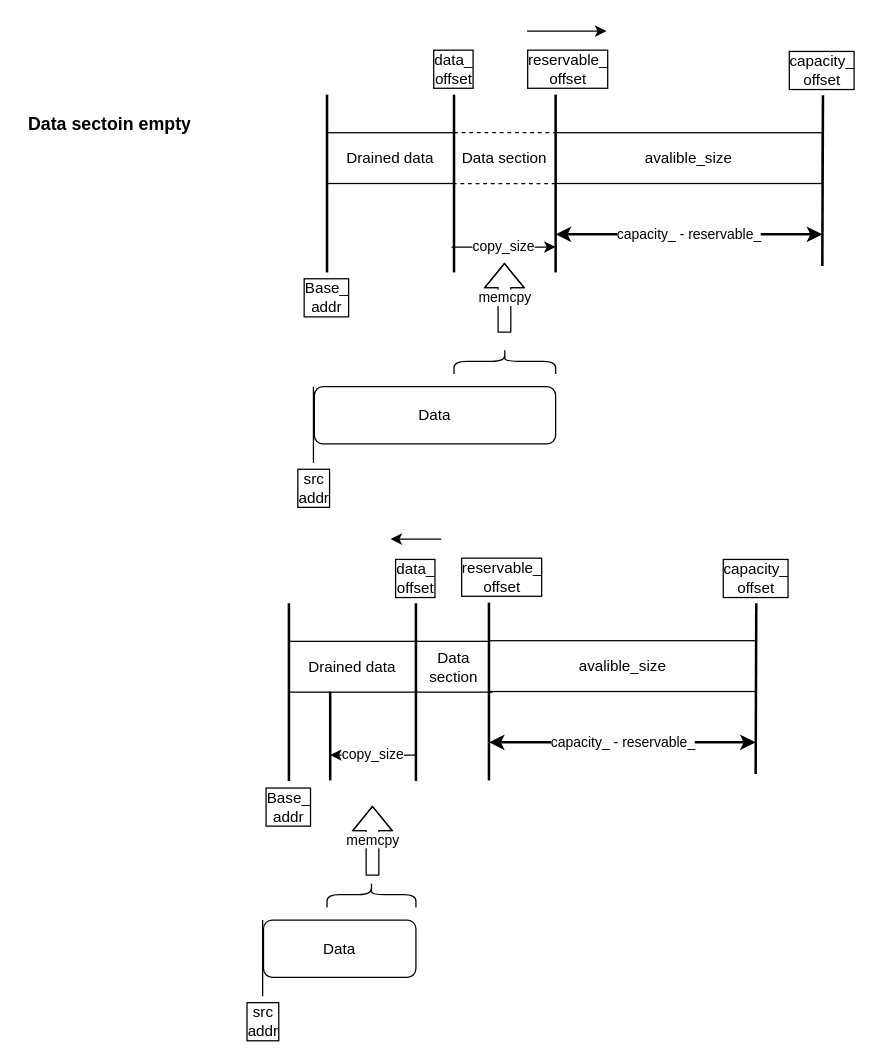
Earlier version of the draw.io diagram page "slice::prepend" (13 of 16) of memcpy_test_arch.drawio (xu1zhou/Documents). Source tidied: cells renumbered, new cells numbered last; positions are measured from the earlier drawing's top-left corner, leaving out a move shared by most shapes. Both pictures are drawn from the tidied source at 127%, with x=0, y=0 at pixel (22, 30).
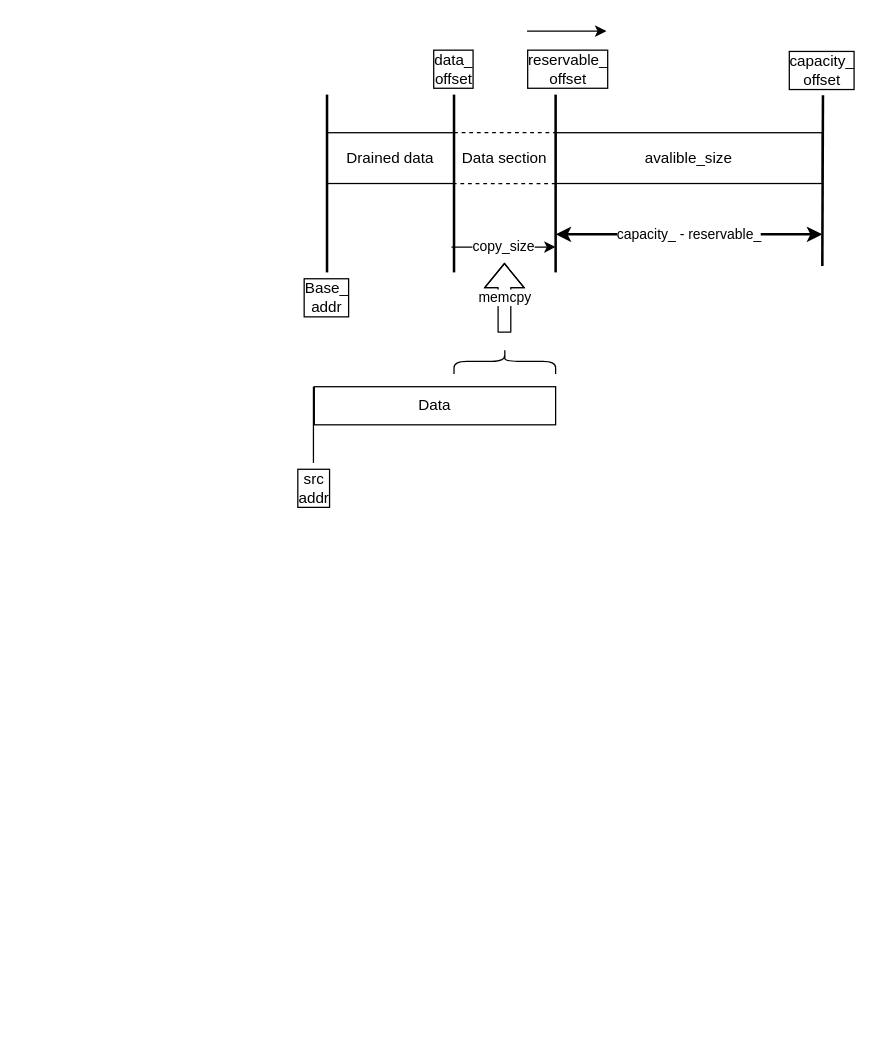
The same diagram, later.

What changed in the source:
```diff
@@
-    <mxCell id="6" value="Data" style="rounded=1;whiteSpace=wrap;html=1;labelBackgroundColor=none;align=center;" parent="1" vertex="1">
-      <mxGeometry x="230" y="280" width="190" height="45" as="geometry" />
+    <mxCell id="6" value="Data" style="rounded=1;whiteSpace=wrap;html=1;labelBackgroundColor=none;align=center;arcSize=0;" parent="1" vertex="1">
+      <mxGeometry x="230" y="280" width="190" height="30" as="geometry" />
     </mxCell>
@@
-    <mxCell id="16" value="&lt;h1&gt;&lt;font style=&quot;font-size: 14px&quot;&gt;Data sectoin empty&lt;/font&gt;&lt;/h1&gt;" style="text;html=1;strokeColor=none;fillColor=none;spacing=5;spacingTop=-20;whiteSpace=wrap;overflow=hidden;rounded=0;dashed=1;labelBackgroundColor=none;" parent="1" vertex="1">
-      <mxGeometry y="50" width="230" height="120" as="geometry" />
-    </mxCell>
-    <mxCell id="17" value="Base_&lt;br&gt;addr" style="text;html=1;strokeColor=none;fillColor=none;align=center;verticalAlign=middle;whiteSpace=wrap;rounded=0;labelBorderColor=#000000;" parent="1" vertex="1">
-      <mxGeometry x="190" y="600.5" width="40" height="20" as="geometry" />
-    </mxCell>
-    <mxCell id="18" value="data_&lt;br&gt;offset" style="text;html=1;strokeColor=none;fillColor=none;align=center;verticalAlign=middle;whiteSpace=wrap;rounded=0;labelBorderColor=#000000;" parent="1" vertex="1">
-      <mxGeometry x="290" y="420.5" width="40" height="20" as="geometry" />
-    </mxCell>
-    <mxCell id="19" value="reservable_&lt;br&gt;offset" style="text;html=1;strokeColor=none;fillColor=none;align=center;verticalAlign=middle;whiteSpace=wrap;rounded=0;labelBackgroundColor=none;labelBorderColor=#000000;" parent="1" vertex="1">
-      <mxGeometry x="357.5" y="420" width="40" height="20" as="geometry" />
-    </mxCell>
-    <mxCell id="20" value="capacity_&lt;br&gt;offset" style="text;html=1;strokeColor=none;fillColor=none;align=center;verticalAlign=middle;whiteSpace=wrap;rounded=0;labelBorderColor=#000000;" parent="1" vertex="1">
-      <mxGeometry x="557.5" y="420.5" width="40" height="20" as="geometry" />
-    </mxCell>
-    <mxCell id="21" value="Data" style="rounded=1;whiteSpace=wrap;html=1;labelBackgroundColor=none;" parent="1" vertex="1">
-      <mxGeometry x="190" y="700" width="120" height="45" as="geometry" />
-    </mxCell>
-    <mxCell id="22" value="Drained data" style="whiteSpace=wrap;html=1;align=center;" parent="1" vertex="1">
-      <mxGeometry x="210" y="480.5" width="100" height="40" as="geometry" />
-    </mxCell>
-    <mxCell id="23" value="Data section" style="whiteSpace=wrap;html=1;align=center;" parent="1" vertex="1">
-      <mxGeometry x="310" y="480.5" width="60" height="40" as="geometry" />
-    </mxCell>
-    <mxCell id="24" value="avalible_size" style="whiteSpace=wrap;html=1;align=center;" parent="1" vertex="1">
-      <mxGeometry x="367.5" y="480" width="210" height="40" as="geometry" />
-    </mxCell>
-    <mxCell id="25" style="endArrow=none;html=1;strokeWidth=2;" parent="1" edge="1">
-      <mxGeometry relative="1" as="geometry">
-        <mxPoint x="210" y="590.5" as="sourcePoint" />
-        <mxPoint x="210" y="450.5" as="targetPoint" />
-      </mxGeometry>
-    </mxCell>
-    <mxCell id="26" style="endArrow=none;html=1;strokeWidth=2;" parent="1" edge="1">
-      <mxGeometry relative="1" as="geometry">
-        <mxPoint x="310" y="590.5" as="sourcePoint" />
-        <mxPoint x="310" y="450.5" as="targetPoint" />
-      </mxGeometry>
-    </mxCell>
-    <mxCell id="27" style="endArrow=none;html=1;strokeWidth=2;" parent="1" edge="1">
-      <mxGeometry relative="1" as="geometry">
-        <mxPoint x="367.5" y="590" as="sourcePoint" />
-        <mxPoint x="367.5" y="450" as="targetPoint" />
-      </mxGeometry>
-    </mxCell>
-    <mxCell id="28" style="endArrow=none;html=1;strokeWidth=2;" parent="1" edge="1">
-      <mxGeometry relative="1" as="geometry">
-        <mxPoint x="577.5" y="585" as="sourcePoint" />
-        <mxPoint x="578" y="450.5" as="targetPoint" />
-      </mxGeometry>
-    </mxCell>
-    <mxCell id="29" value="capacity_ - reservable_" style="endArrow=classic;startArrow=classic;html=1;strokeWidth=2;" parent="1" edge="1">
-      <mxGeometry relative="1" as="geometry">
-        <mxPoint x="367.5" y="560" as="sourcePoint" />
-        <mxPoint x="577.5" y="560" as="targetPoint" />
-      </mxGeometry>
-    </mxCell>
-    <mxCell id="30" value="memcpy" style="shape=flexArrow;endArrow=classic;html=1;" parent="1" edge="1">
-      <mxGeometry relative="1" as="geometry">
-        <mxPoint x="275.8" y="665" as="sourcePoint" />
-        <mxPoint x="275.8" y="610" as="targetPoint" />
-        <Array as="points">
-          <mxPoint x="275.8" y="660" />
-          <mxPoint x="275.8" y="640" />
-        </Array>
-      </mxGeometry>
-    </mxCell>
-    <mxCell id="31" style="endArrow=none;html=1;strokeWidth=2;" parent="1" edge="1">
-      <mxGeometry relative="1" as="geometry">
-        <mxPoint x="242.5" y="590" as="sourcePoint" />
-        <mxPoint x="242.5" y="520" as="targetPoint" />
-      </mxGeometry>
-    </mxCell>
-    <mxCell id="32" value="copy_size" style="endArrow=classic;html=1;" parent="1" edge="1">
-      <mxGeometry relative="1" as="geometry">
-        <mxPoint x="310" y="570" as="sourcePoint" />
-        <mxPoint x="242.5" y="570" as="targetPoint" />
-      </mxGeometry>
-    </mxCell>
@@
-    <mxCell id="35" style="shape=curlyBracket;whiteSpace=wrap;html=1;rounded=1;flipH=1;labelBackgroundColor=none;align=center;rotation=-90;" parent="1" vertex="1">
-      <mxGeometry x="265" y="645" width="20" height="70" as="geometry" />
-    </mxCell>
-    <mxCell id="36" style="endArrow=classic;html=1;" parent="1" edge="1">
-      <mxGeometry relative="1" as="geometry">
-        <mxPoint x="330" y="400" as="sourcePoint" />
-        <mxPoint x="290" y="400" as="targetPoint" />
-      </mxGeometry>
-    </mxCell>
@@
-    <mxCell id="38" style="endArrow=none;html=1;" parent="1" edge="1">
-      <mxGeometry relative="1" as="geometry">
-        <mxPoint x="189.3" y="760" as="sourcePoint" />
-        <mxPoint x="189.3" y="700" as="targetPoint" />
-      </mxGeometry>
-    </mxCell>
-    <mxCell id="39" value="src&lt;br&gt;addr" style="text;html=1;strokeColor=none;fillColor=none;align=center;verticalAlign=middle;whiteSpace=wrap;rounded=0;labelBorderColor=#000000;" parent="1" vertex="1">
-      <mxGeometry x="170" y="770" width="40" height="20" as="geometry" />
-    </mxCell>
```
